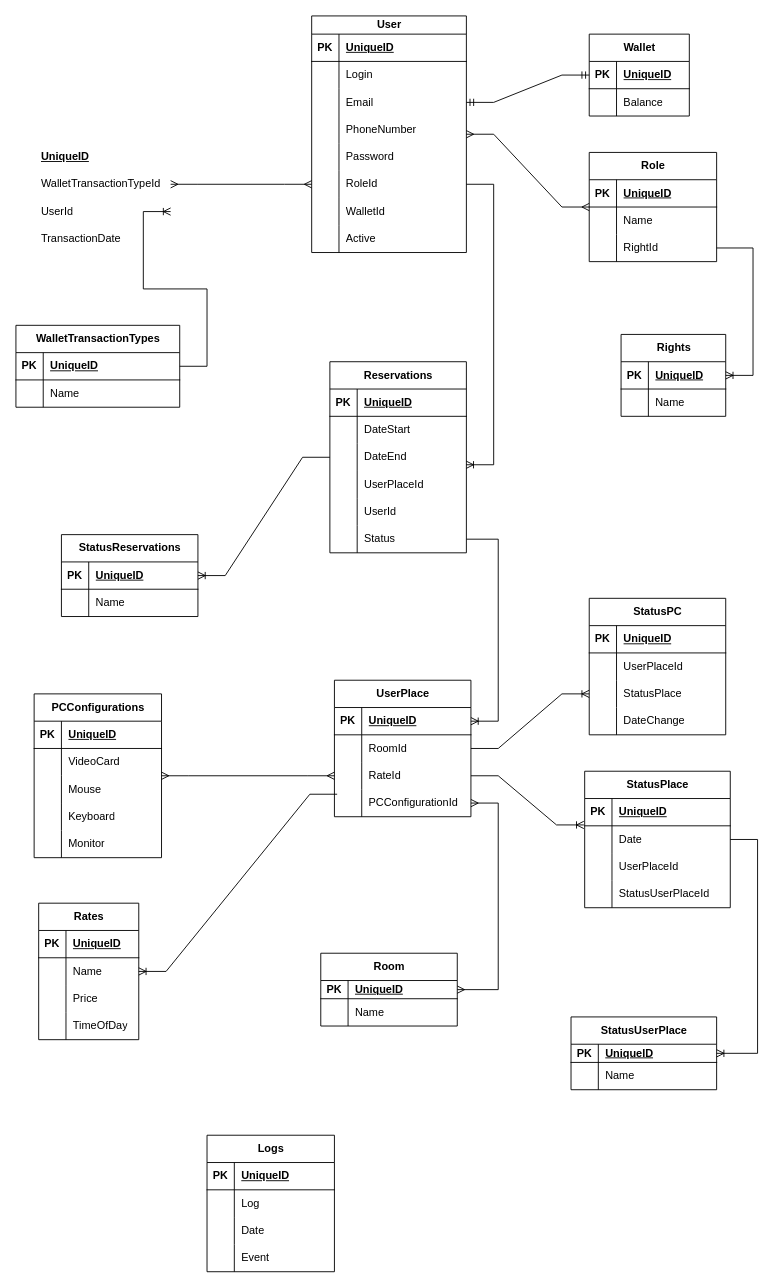
The draw.io diagram ER night-meerkats.drawio in IIeasyII/night-meerkats, before the edit. Source tidied: cells renumbered, new cells numbered last; positions are measured from the earlier drawing's top-left corner, leaving out a move shared by most shapes. Both pictures are drawn from the tidied source at 91%, with x=0, y=0 at pixel (15, 15).
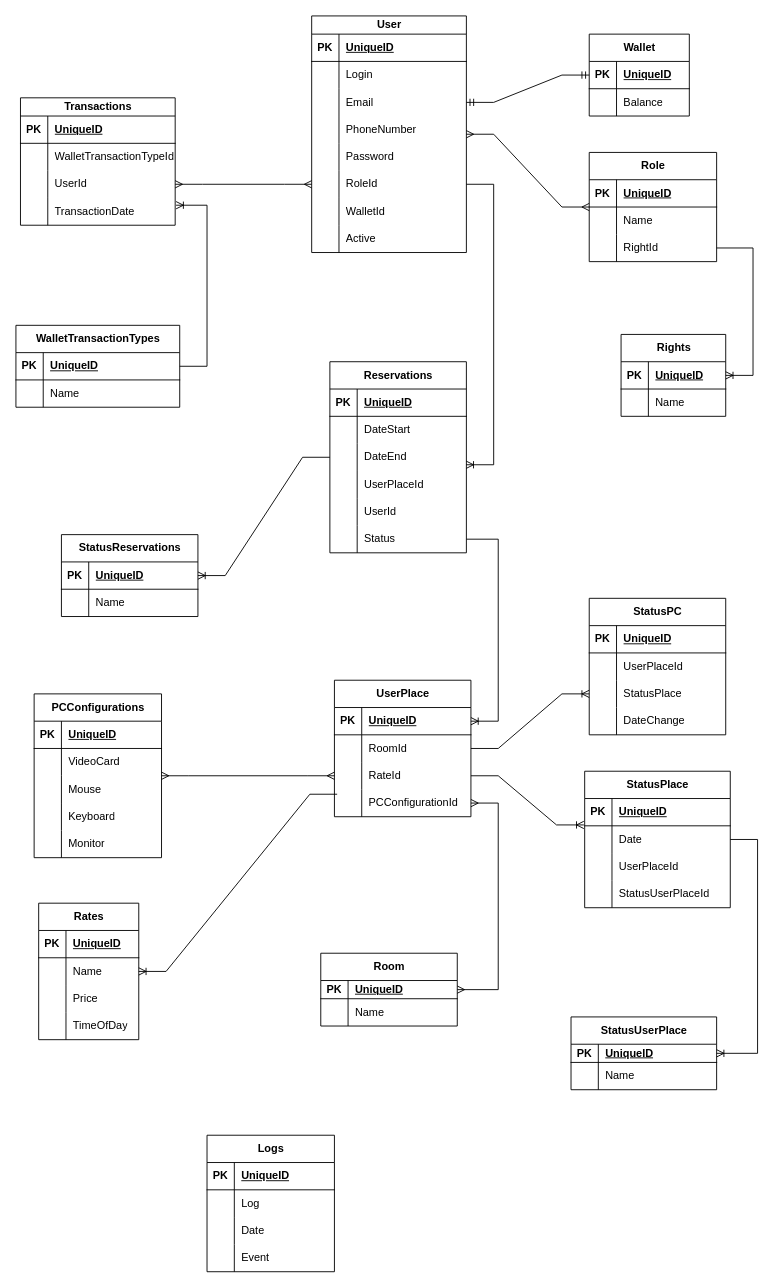
The same page after the edit.

The change refers to these unchanged cells:
```xml
<mxCell id="42" style="shape=tableRow;horizontal=0;startSize=0;swimlaneHead=0;swimlaneBody=0;fillColor=none;points=[[0,0.5],[1,0.5]];portConstraint=eastwest;top=0;left=0;right=0;bottom=0;" parent="26" vertex="1">
  <mxGeometry y="170" width="170" height="30" as="geometry" />
</mxCell>
<mxCell id="172" value="WalletTransactionTypes" style="shape=table;startSize=30;childLayout=tableLayout;rowLines=0;fontStyle=1;align=center;html=1;" parent="1" vertex="1">
  <mxGeometry y="340" width="180" height="90" as="geometry" />
</mxCell>
```

What changed in the source:
```diff
@@
-    <mxCell id="179" value="UniqueID" style="shape=partialRectangle;fillColor=none;top=0;left=0;bottom=0;right=0;align=left;spacingLeft=6;fontStyle=5;overflow=hidden;whiteSpace=wrap;html=1;" parent="1" vertex="1">
-      <mxGeometry x="20" y="140" width="150" height="30" as="geometry" />
-    </mxCell>
-    <mxCell id="180" value="WalletTransactionTypeId" style="shape=partialRectangle;fillColor=none;top=0;left=0;bottom=0;right=0;align=left;spacingLeft=6;overflow=hidden;whiteSpace=wrap;html=1;" parent="1" vertex="1">
-      <mxGeometry x="20" y="170" width="150" height="30" as="geometry" />
-    </mxCell>
-    <mxCell id="181" value="UserId" style="shape=partialRectangle;fillColor=none;top=0;left=0;bottom=0;right=0;align=left;spacingLeft=6;overflow=hidden;whiteSpace=wrap;html=1;" parent="1" vertex="1">
-      <mxGeometry x="20" y="200" width="150" height="30" as="geometry" />
-    </mxCell>
-    <mxCell id="182" value="TransactionDate" style="shape=partialRectangle;fillColor=none;top=0;left=0;bottom=0;right=0;align=left;spacingLeft=6;overflow=hidden;whiteSpace=wrap;html=1;" parent="1" vertex="1">
-      <mxGeometry x="20" y="230" width="150" height="30" as="geometry" />
-    </mxCell>
@@
-    <mxCell id="185" style="edgeStyle=entityRelationEdgeStyle;fontSize=12;html=1;endArrow=ERmany;startArrow=ERmany;rounded=0;" parent="1" edge="1" target="42">
-      <mxGeometry relative="1" as="geometry">
-        <mxPoint x="170" y="185" as="sourcePoint" />
-      </mxGeometry>
+    <mxCell id="185" style="edgeStyle=entityRelationEdgeStyle;fontSize=12;html=1;endArrow=ERmany;startArrow=ERmany;rounded=0;exitX=1;exitY=0.5;exitDx=0;exitDy=0;" parent="1" edge="1" source="202" target="42">
+      <mxGeometry relative="1" as="geometry" />
     </mxCell>
@@
-    <mxCell id="188" style="edgeStyle=entityRelationEdgeStyle;fontSize=12;html=1;endArrow=ERoneToMany;rounded=0;" parent="1" edge="1" source="172">
-      <mxGeometry relative="1" as="geometry">
-        <mxPoint x="170" y="215" as="targetPoint" />
-      </mxGeometry>
+    <mxCell id="188" style="edgeStyle=entityRelationEdgeStyle;fontSize=12;html=1;endArrow=ERoneToMany;rounded=0;entryX=1.006;entryY=0.267;entryDx=0;entryDy=0;entryPerimeter=0;" parent="1" edge="1" source="172" target="204">
+      <mxGeometry relative="1" as="geometry" />
     </mxCell>
@@
+    <mxCell id="197" value="Transactions" style="shape=table;startSize=20;childLayout=tableLayout;rowLines=0;fontStyle=1;align=center;html=1;" parent="1" vertex="1">
+      <mxGeometry x="5" y="90" width="170" height="140" as="geometry" />
+    </mxCell>
+    <mxCell id="198" style="shape=tableRow;horizontal=0;startSize=0;swimlaneHead=0;swimlaneBody=0;fillColor=none;top=0;left=0;right=0;bottom=1;" parent="197" vertex="1">
+      <mxGeometry y="20" width="170" height="30" as="geometry" />
+    </mxCell>
+    <mxCell id="199" value="PK" style="shape=partialRectangle;fillColor=none;top=0;left=0;bottom=0;right=0;fontStyle=1;overflow=hidden;whiteSpace=wrap;html=1;" parent="198" vertex="1">
+      <mxGeometry width="30" height="30" as="geometry" />
+    </mxCell>
+    <mxCell id="179" value="UniqueID" style="shape=partialRectangle;fillColor=none;top=0;left=0;bottom=0;right=0;align=left;spacingLeft=6;fontStyle=5;overflow=hidden;whiteSpace=wrap;html=1;" parent="198" vertex="1">
+      <mxGeometry x="30" width="140" height="30" as="geometry" />
+    </mxCell>
+    <mxCell id="200" style="shape=tableRow;horizontal=0;startSize=0;swimlaneHead=0;swimlaneBody=0;fillColor=none;top=0;left=0;right=0;bottom=0;" parent="197" vertex="1">
+      <mxGeometry y="50" width="170" height="30" as="geometry" />
+    </mxCell>
+    <mxCell id="201" style="shape=partialRectangle;fillColor=none;top=0;left=0;bottom=0;right=0;overflow=hidden;whiteSpace=wrap;html=1;" parent="200" vertex="1">
+      <mxGeometry width="30" height="30" as="geometry" />
+    </mxCell>
+    <mxCell id="180" value="WalletTransactionTypeId" style="shape=partialRectangle;fillColor=none;top=0;left=0;bottom=0;right=0;align=left;spacingLeft=6;overflow=hidden;whiteSpace=wrap;html=1;" parent="200" vertex="1">
+      <mxGeometry x="30" width="140" height="30" as="geometry" />
+    </mxCell>
+    <mxCell id="202" style="shape=tableRow;horizontal=0;startSize=0;swimlaneHead=0;swimlaneBody=0;fillColor=none;points=[[0,0.5],[1,0.5]];portConstraint=eastwest;top=0;left=0;right=0;bottom=0;" parent="197" vertex="1">
+      <mxGeometry y="80" width="170" height="30" as="geometry" />
+    </mxCell>
+    <mxCell id="203" style="shape=partialRectangle;fillColor=none;top=0;left=0;bottom=0;right=0;overflow=hidden;whiteSpace=wrap;html=1;" parent="202" vertex="1">
+      <mxGeometry width="30" height="30" as="geometry" />
+    </mxCell>
+    <mxCell id="181" value="UserId" style="shape=partialRectangle;fillColor=none;top=0;left=0;bottom=0;right=0;align=left;spacingLeft=6;overflow=hidden;whiteSpace=wrap;html=1;" parent="202" vertex="1">
+      <mxGeometry x="30" width="140" height="30" as="geometry" />
+    </mxCell>
+    <mxCell id="204" style="shape=tableRow;horizontal=0;startSize=0;swimlaneHead=0;swimlaneBody=0;fillColor=none;points=[[0,0.5],[1,0.5]];portConstraint=eastwest;top=0;left=0;right=0;bottom=0;" parent="197" vertex="1">
+      <mxGeometry y="110" width="170" height="30" as="geometry" />
+    </mxCell>
+    <mxCell id="205" style="shape=partialRectangle;fillColor=none;top=0;left=0;bottom=0;right=0;overflow=hidden;whiteSpace=wrap;html=1;" parent="204" vertex="1">
+      <mxGeometry width="30" height="30" as="geometry" />
+    </mxCell>
+    <mxCell id="182" value="TransactionDate" style="shape=partialRectangle;fillColor=none;top=0;left=0;bottom=0;right=0;align=left;spacingLeft=6;overflow=hidden;whiteSpace=wrap;html=1;" parent="204" vertex="1">
+      <mxGeometry x="30" width="140" height="30" as="geometry" />
+    </mxCell>
```
